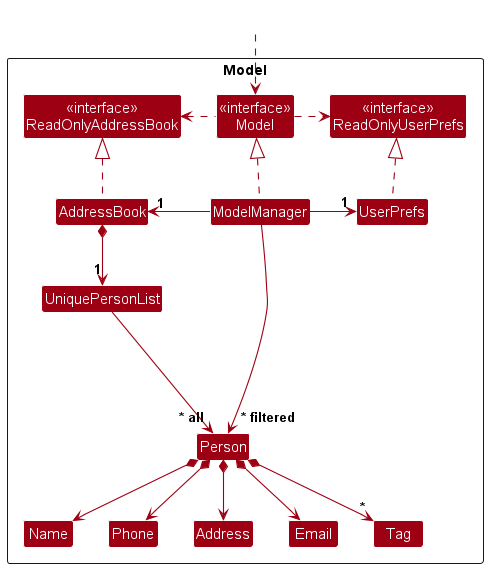
Above: docs/images/ModelClassDiagram.png in nus-cs2103-AY2425S1/tp (PlantUML), before the change.
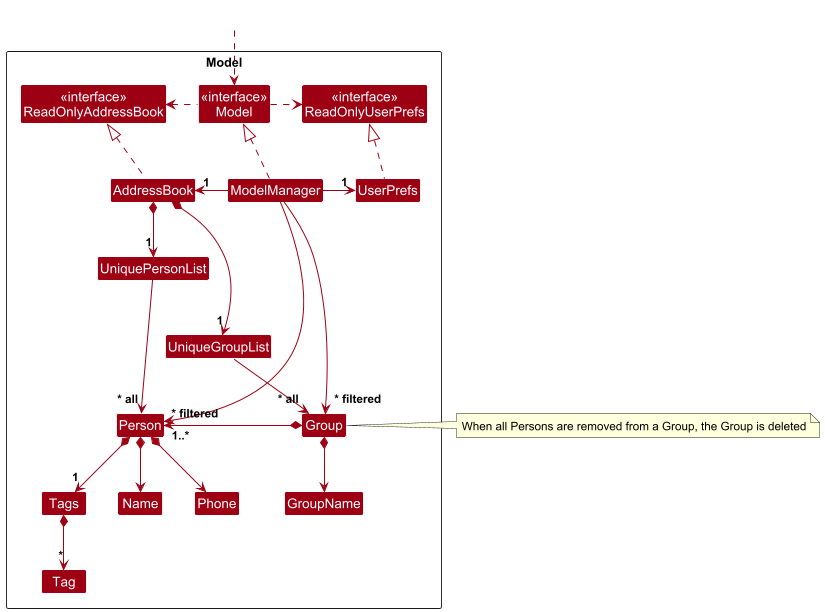
The same file after the commit.

Diff of the diagram source:
```diff
@@ -13,12 +13,14 @@
 Class UserPrefs
 
 Class UniquePersonList
+Class UniqueGroupList
 Class Person
-Class Address
-Class Email
 Class Name
 Class Phone
 Class Tag
+Class Tags
+Class Group
+Class GroupName
 
 Class I #FFFFFF
 }
@@ -36,19 +38,24 @@
 UserPrefs .up.|> ReadOnlyUserPrefs
 
 AddressBook *--> "1" UniquePersonList
+AddressBook *--> "1" UniqueGroupList
 UniquePersonList --> "~* all" Person
+UniqueGroupList --> "~* all" Group
 Person *--> Name
 Person *--> Phone
-Person *--> Email
-Person *--> Address
-Person *--> "*" Tag
+Person *--> "1" Tags
+Tags *--> "*" Tag
+Group *--> GroupName
+Group *-left-> "1..*" Person
 
 Person -[hidden]up--> I
 UniquePersonList -[hidden]right-> I
 
-Name -[hidden]right-> Phone
-Phone -[hidden]right-> Address
-Address -[hidden]right-> Email
 
 ModelManager --> "~* filtered" Person
+ModelManager --> "~* filtered" Group
+
+note "When all Persons are removed from a Group, the Group is deleted" as GroupDeletionNote
+
+Group -right-> GroupDeletionNote
 @enduml
```
